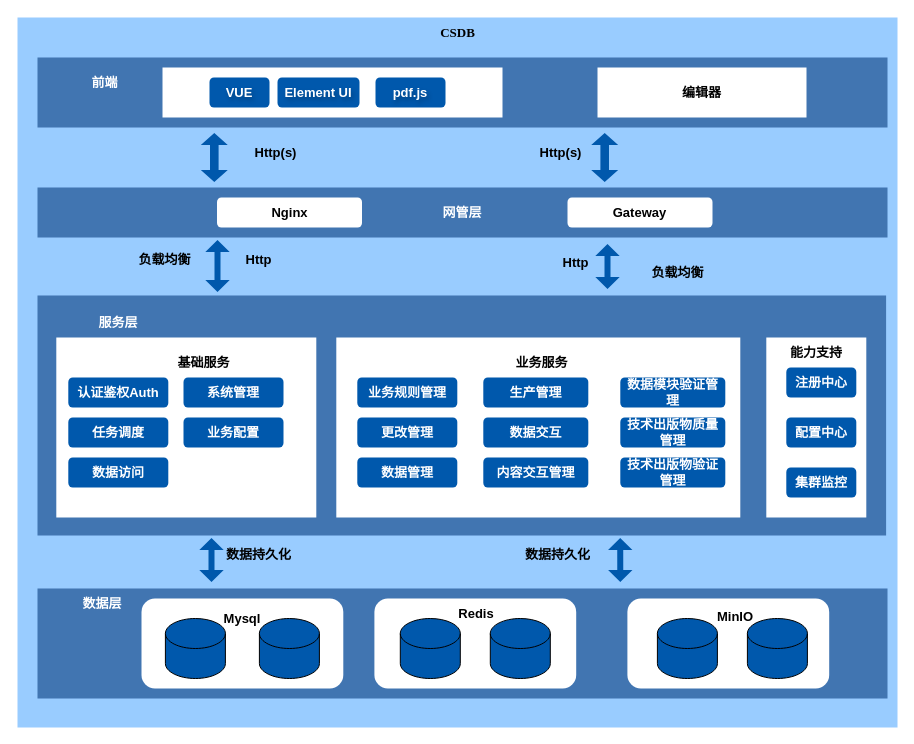
Above: csdb/csdb 技术架构图.drawio in DemonHan/KuickBuy (draw.io), before the change. Source tidied: cells renumbered, new cells numbered last; positions are measured from the earlier drawing's top-left corner, leaving out a move shared by most shapes. Both pictures are drawn from the tidied source at 100%, with x=0, y=0 at pixel (17, 17).
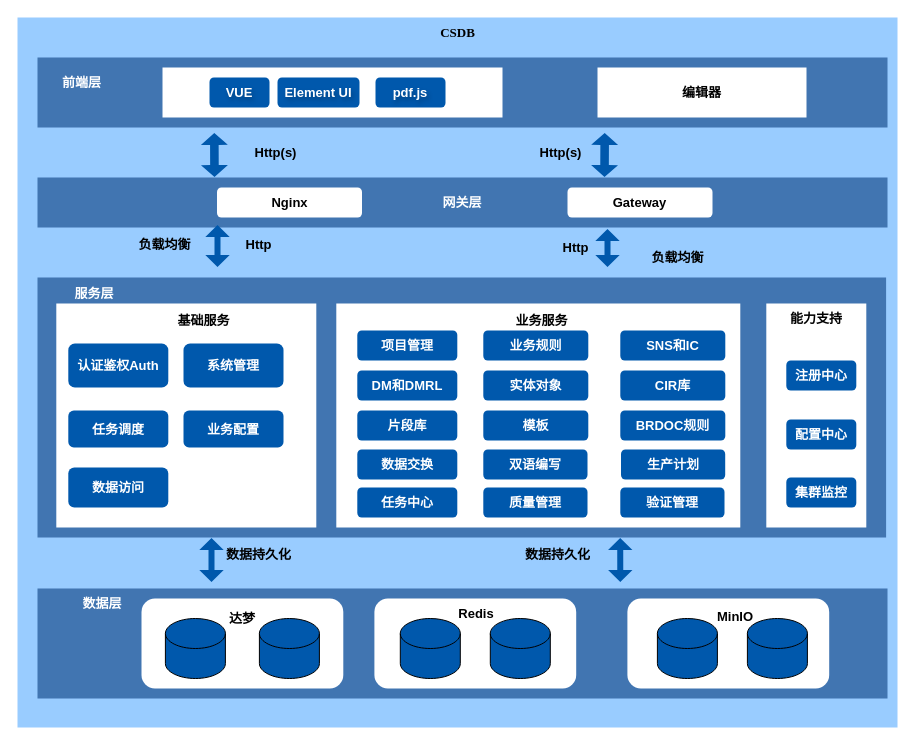
The same page after the edit.

Commit message:
更新csdb 技术架构图.drawio

Change to the diagram source:
```diff
@@
     <mxCell id="3" style="rounded=0;whiteSpace=wrap;html=1;fillColor=#4175B1;strokeColor=none;" parent="1" vertex="1">
-      <mxGeometry x="20" y="278" width="848.6" height="240" as="geometry" />
+      <mxGeometry x="20" y="260" width="848.6" height="260" as="geometry" />
     </mxCell>
@@
     <mxCell id="6" style="rounded=0;whiteSpace=wrap;html=1;fontStyle=1;fontSize=13;fillColor=#FFFFFF;strokeColor=none;" parent="1" vertex="1">
-      <mxGeometry x="38.8" y="320" width="260" height="180" as="geometry" />
+      <mxGeometry x="38.8" y="286" width="260" height="224" as="geometry" />
     </mxCell>
     <mxCell id="7" style="rounded=0;whiteSpace=wrap;html=1;fontStyle=1;fontSize=13;fillColor=#FFFFFF;strokeColor=none;" parent="1" vertex="1">
-      <mxGeometry x="748.8" y="320" width="100" height="180" as="geometry" />
+      <mxGeometry x="748.8" y="286" width="100" height="224" as="geometry" />
     </mxCell>
     <mxCell id="8" value="注册中心" style="rounded=1;whiteSpace=wrap;html=1;fontStyle=1;fontSize=13;strokeColor=none;fillColor=#0058AC;fontColor=#FFFFFF;" parent="1" vertex="1">
-      <mxGeometry x="768.8" y="350" width="70" height="30" as="geometry" />
+      <mxGeometry x="768.8" y="343" width="70" height="30" as="geometry" />
     </mxCell>
     <mxCell id="9" value="配置中心" style="rounded=1;whiteSpace=wrap;html=1;fontStyle=1;fontSize=13;strokeColor=none;fillColor=#0058AC;fontColor=#FFFFFF;" parent="1" vertex="1">
-      <mxGeometry x="768.8" y="400" width="70" height="30" as="geometry" />
+      <mxGeometry x="768.8" y="402" width="70" height="30" as="geometry" />
     </mxCell>
     <mxCell id="10" value="集群监控" style="rounded=1;whiteSpace=wrap;html=1;fontStyle=1;fontSize=13;strokeColor=none;fillColor=#0058AC;fontColor=#FFFFFF;" parent="1" vertex="1">
-      <mxGeometry x="768.8" y="450" width="70" height="30" as="geometry" />
+      <mxGeometry x="768.8" y="460" width="70" height="30" as="geometry" />
     </mxCell>
@@
     <mxCell id="14" value="基础服务" style="text;html=1;align=center;verticalAlign=middle;strokeColor=none;fillColor=none;fontStyle=1;fontSize=13;" parent="1" vertex="1">
-      <mxGeometry x="145.8" y="330" width="80" height="30" as="geometry" />
+      <mxGeometry x="145.8" y="288" width="80" height="30" as="geometry" />
     </mxCell>
     <mxCell id="15" value="认证鉴权Auth" style="rounded=1;whiteSpace=wrap;html=1;fontStyle=1;fontSize=13;strokeColor=none;fillColor=#0058AC;fontColor=#FFFFFF;" parent="1" vertex="1">
-      <mxGeometry x="50.8" y="360" width="100" height="30" as="geometry" />
+      <mxGeometry x="50.8" y="326" width="100" height="44" as="geometry" />
     </mxCell>
     <mxCell id="16" value="任务调度" style="rounded=1;whiteSpace=wrap;html=1;fontStyle=1;fontSize=13;strokeColor=none;fillColor=#0058AC;fontColor=#FFFFFF;" parent="1" vertex="1">
-      <mxGeometry x="50.8" y="400" width="100" height="30" as="geometry" />
+      <mxGeometry x="50.8" y="393" width="100" height="37" as="geometry" />
     </mxCell>
     <mxCell id="17" value="数据访问" style="rounded=1;whiteSpace=wrap;html=1;fontStyle=1;fontSize=13;strokeColor=none;fillColor=#0058AC;fontColor=#FFFFFF;" parent="1" vertex="1">
-      <mxGeometry x="50.8" y="440" width="100" height="30" as="geometry" />
+      <mxGeometry x="50.8" y="450" width="100" height="40" as="geometry" />
     </mxCell>
     <mxCell id="18" style="rounded=0;whiteSpace=wrap;html=1;fontStyle=1;fontSize=13;fillColor=#FFFFFF;strokeColor=none;" parent="1" vertex="1">
-      <mxGeometry x="318.8" y="320" width="404" height="180" as="geometry" />
+      <mxGeometry x="318.8" y="286" width="404" height="224" as="geometry" />
     </mxCell>
     <mxCell id="19" value="业务服务" style="text;html=1;align=center;verticalAlign=middle;strokeColor=none;fillColor=none;fontStyle=1;fontSize=13;" parent="1" vertex="1">
-      <mxGeometry x="483.8" y="330" width="80" height="30" as="geometry" />
+      <mxGeometry x="483.8" y="288" width="80" height="30" as="geometry" />
     </mxCell>
-    <mxCell id="20" value="业务规则管理" style="rounded=1;whiteSpace=wrap;html=1;fontStyle=1;fontSize=13;strokeColor=none;fillColor=#0058AC;fontColor=#FFFFFF;" parent="1" vertex="1">
-      <mxGeometry x="339.8" y="360" width="100" height="30" as="geometry" />
+    <mxCell id="20" value="项目管理" style="rounded=1;whiteSpace=wrap;html=1;fontStyle=1;fontSize=13;strokeColor=none;fillColor=#0058AC;fontColor=#FFFFFF;" parent="1" vertex="1">
+      <mxGeometry x="339.8" y="313" width="100" height="30" as="geometry" />
     </mxCell>
-    <mxCell id="21" value="更改管理" style="rounded=1;whiteSpace=wrap;html=1;fontStyle=1;fontSize=13;strokeColor=none;fillColor=#0058AC;fontColor=#FFFFFF;" parent="1" vertex="1">
-      <mxGeometry x="339.8" y="400" width="100" height="30" as="geometry" />
+    <mxCell id="21" value="DM和DMRL" style="rounded=1;whiteSpace=wrap;html=1;fontStyle=1;fontSize=13;strokeColor=none;fillColor=#0058AC;fontColor=#FFFFFF;" parent="1" vertex="1">
+      <mxGeometry x="339.8" y="353" width="100" height="30" as="geometry" />
     </mxCell>
-    <mxCell id="22" value="数据管理" style="rounded=1;whiteSpace=wrap;html=1;fontStyle=1;fontSize=13;strokeColor=none;fillColor=#0058AC;fontColor=#FFFFFF;" parent="1" vertex="1">
-      <mxGeometry x="339.8" y="440" width="100" height="30" as="geometry" />
+    <mxCell id="22" value="片段库" style="rounded=1;whiteSpace=wrap;html=1;fontStyle=1;fontSize=13;strokeColor=none;fillColor=#0058AC;fontColor=#FFFFFF;" parent="1" vertex="1">
+      <mxGeometry x="339.8" y="393" width="100" height="30" as="geometry" />
     </mxCell>
-    <mxCell id="23" value="生产管理" style="rounded=1;whiteSpace=wrap;html=1;fontStyle=1;fontSize=13;strokeColor=none;fillColor=#0058AC;fontColor=#FFFFFF;" parent="1" vertex="1">
-      <mxGeometry x="465.8" y="360" width="105" height="30" as="geometry" />
+    <mxCell id="23" value="业务规则" style="rounded=1;whiteSpace=wrap;html=1;fontStyle=1;fontSize=13;strokeColor=none;fillColor=#0058AC;fontColor=#FFFFFF;" parent="1" vertex="1">
+      <mxGeometry x="465.8" y="313" width="105" height="30" as="geometry" />
     </mxCell>
-    <mxCell id="24" value="数据交互" style="rounded=1;whiteSpace=wrap;html=1;fontStyle=1;fontSize=13;strokeColor=none;fillColor=#0058AC;fontColor=#FFFFFF;" parent="1" vertex="1">
-      <mxGeometry x="465.8" y="400" width="105" height="30" as="geometry" />
+    <mxCell id="24" value="实体对象" style="rounded=1;whiteSpace=wrap;html=1;fontStyle=1;fontSize=13;strokeColor=none;fillColor=#0058AC;fontColor=#FFFFFF;" parent="1" vertex="1">
+      <mxGeometry x="465.8" y="353" width="105" height="30" as="geometry" />
     </mxCell>
-    <mxCell id="25" value="内容交互管理" style="rounded=1;whiteSpace=wrap;html=1;fontStyle=1;fontSize=13;strokeColor=none;fillColor=#0058AC;fontColor=#FFFFFF;" parent="1" vertex="1">
-      <mxGeometry x="465.8" y="440" width="105" height="30" as="geometry" />
+    <mxCell id="25" value="模板" style="rounded=1;whiteSpace=wrap;html=1;fontStyle=1;fontSize=13;strokeColor=none;fillColor=#0058AC;fontColor=#FFFFFF;" parent="1" vertex="1">
+      <mxGeometry x="465.8" y="393" width="105" height="30" as="geometry" />
     </mxCell>
     <mxCell id="26" value="系统管理" style="rounded=1;whiteSpace=wrap;html=1;fontStyle=1;fontSize=13;strokeColor=none;fillColor=#0058AC;fontColor=#FFFFFF;" parent="1" vertex="1">
-      <mxGeometry x="166" y="360" width="100" height="30" as="geometry" />
+      <mxGeometry x="166" y="326" width="100" height="44" as="geometry" />
     </mxCell>
     <mxCell id="27" value="业务配置" style="rounded=1;whiteSpace=wrap;html=1;fontStyle=1;fontSize=13;strokeColor=none;fillColor=#0058AC;fontColor=#FFFFFF;" parent="1" vertex="1">
-      <mxGeometry x="166" y="400" width="100" height="30" as="geometry" />
+      <mxGeometry x="166" y="393" width="100" height="37" as="geometry" />
     </mxCell>
-    <mxCell id="28" value="数据模块验证管理" style="rounded=1;whiteSpace=wrap;html=1;fontStyle=1;fontSize=13;strokeColor=none;fillColor=#0058AC;fontColor=#FFFFFF;" parent="1" vertex="1">
-      <mxGeometry x="602.8" y="360" width="105" height="30" as="geometry" />
+    <mxCell id="28" value="SNS和IC" style="rounded=1;whiteSpace=wrap;html=1;fontStyle=1;fontSize=13;strokeColor=none;fillColor=#0058AC;fontColor=#FFFFFF;" parent="1" vertex="1">
+      <mxGeometry x="602.8" y="313" width="105" height="30" as="geometry" />
     </mxCell>
-    <mxCell id="29" value="技术出版物质量管理" style="rounded=1;whiteSpace=wrap;html=1;fontStyle=1;fontSize=13;strokeColor=none;fillColor=#0058AC;fontColor=#FFFFFF;" parent="1" vertex="1">
-      <mxGeometry x="602.8" y="400" width="105" height="30" as="geometry" />
+    <mxCell id="29" value="CIR库" style="rounded=1;whiteSpace=wrap;html=1;fontStyle=1;fontSize=13;strokeColor=none;fillColor=#0058AC;fontColor=#FFFFFF;" parent="1" vertex="1">
+      <mxGeometry x="602.8" y="353" width="105" height="30" as="geometry" />
     </mxCell>
-    <mxCell id="30" value="技术出版物验证管理" style="rounded=1;whiteSpace=wrap;html=1;fontStyle=1;fontSize=13;strokeColor=none;fillColor=#0058AC;fontColor=#FFFFFF;" parent="1" vertex="1">
-      <mxGeometry x="602.8" y="440" width="105" height="30" as="geometry" />
+    <mxCell id="30" value="BRDOC规则" style="rounded=1;whiteSpace=wrap;html=1;fontStyle=1;fontSize=13;strokeColor=none;fillColor=#0058AC;fontColor=#FFFFFF;" parent="1" vertex="1">
+      <mxGeometry x="602.8" y="393" width="105" height="30" as="geometry" />
     </mxCell>
     <mxCell id="31" value="能力支持" style="text;html=1;align=center;verticalAlign=middle;whiteSpace=wrap;rounded=0;fontStyle=1;fontSize=13;strokeColor=none;" parent="1" vertex="1">
-      <mxGeometry x="768.8" y="320" width="60" height="30" as="geometry" />
+      <mxGeometry x="768.8" y="286" width="60" height="30" as="geometry" />
     </mxCell>
-    <mxCell id="32" value="&lt;font color=&quot;#ffffff&quot;&gt;网管层&lt;/font&gt;" style="rounded=0;whiteSpace=wrap;html=1;fontStyle=1;fontSize=13;fillColor=#4175B1;strokeColor=none;" parent="1" vertex="1">
-      <mxGeometry x="20" y="170" width="850" height="50" as="geometry" />
+    <mxCell id="32" value="&lt;font color=&quot;#ffffff&quot;&gt;网关层&lt;/font&gt;" style="rounded=0;whiteSpace=wrap;html=1;fontStyle=1;fontSize=13;fillColor=#4175B1;strokeColor=none;" parent="1" vertex="1">
+      <mxGeometry x="20" y="160" width="850" height="50" as="geometry" />
     </mxCell>
@@
-    <mxCell id="34" value="前端" style="text;html=1;align=center;verticalAlign=middle;strokeColor=none;fillColor=none;fontColor=#FFFFFF;fontStyle=1;fontSize=13;" parent="1" vertex="1">
-      <mxGeometry x="62.2" y="50" width="50" height="30" as="geometry" />
+    <mxCell id="34" value="前端层" style="text;html=1;align=center;verticalAlign=middle;strokeColor=none;fillColor=none;fontColor=#FFFFFF;fontStyle=1;fontSize=13;" parent="1" vertex="1">
+      <mxGeometry x="33.8" y="50" width="60" height="30" as="geometry" />
     </mxCell>
@@
     <mxCell id="41" style="shape=flexArrow;endArrow=classic;startArrow=classic;html=1;rounded=0;width=8.571428571428571;startSize=3.64;endSize=3.64;endWidth=17.387755102040817;startWidth=17.387755102040817;fontStyle=1;fontSize=13;strokeColor=none;fillColor=#0058AC;" parent="1" edge="1">
       <mxGeometry relative="1" as="geometry">
-        <mxPoint x="196.8" y="165" as="sourcePoint" />
+        <mxPoint x="197" y="160" as="sourcePoint" />
         <mxPoint x="196.8" y="115" as="targetPoint" />
       </mxGeometry>
     </mxCell>
     <mxCell id="42" style="shape=flexArrow;endArrow=classic;startArrow=classic;html=1;rounded=0;width=8.571428571428571;startSize=3.64;endSize=3.64;endWidth=17.387755102040817;startWidth=17.387755102040817;fontStyle=1;fontSize=13;strokeColor=none;fillColor=#0058AC;" parent="1" edge="1">
       <mxGeometry relative="1" as="geometry">
-        <mxPoint x="587.2" y="165" as="sourcePoint" />
+        <mxPoint x="587" y="160" as="sourcePoint" />
         <mxPoint x="587.2" y="115" as="targetPoint" />
       </mxGeometry>
     </mxCell>
@@
     <mxCell id="45" style="shape=flexArrow;endArrow=classic;startArrow=classic;html=1;rounded=0;width=6;startSize=3.64;endSize=3.64;endWidth=17.387755102040817;startWidth=17.387755102040817;entryX=0.197;entryY=0.995;entryDx=0;entryDy=0;entryPerimeter=0;fontStyle=1;fontSize=13;strokeColor=none;fillColor=#0058AC;" parent="1" edge="1">
       <mxGeometry relative="1" as="geometry">
-        <mxPoint x="200" y="275" as="sourcePoint" />
-        <mxPoint x="200" y="222" as="targetPoint" />
+        <mxPoint x="200" y="250" as="sourcePoint" />
+        <mxPoint x="200" y="207" as="targetPoint" />
       </mxGeometry>
     </mxCell>
-    <mxCell id="46" style="shape=flexArrow;endArrow=classic;startArrow=classic;html=1;rounded=0;width=6;startSize=3.64;endSize=3.64;endWidth=17.387755102040817;startWidth=17.387755102040817;exitX=0.578;exitY=-0.011;exitDx=0;exitDy=0;exitPerimeter=0;entryX=0.217;entryY=1.055;entryDx=0;entryDy=0;entryPerimeter=0;fontStyle=1;fontSize=13;strokeColor=none;fillColor=#0058AC;" parent="1" edge="1">
+    <mxCell id="46" style="shape=flexArrow;endArrow=classic;startArrow=classic;html=1;rounded=0;width=6;startSize=3.64;endSize=3.64;endWidth=17.387755102040817;startWidth=17.387755102040817;entryX=0.217;entryY=1.055;entryDx=0;entryDy=0;entryPerimeter=0;fontStyle=1;fontSize=13;strokeColor=none;fillColor=#0058AC;" parent="1" edge="1">
       <mxGeometry relative="1" as="geometry">
-        <mxPoint x="590" y="272" as="sourcePoint" />
-        <mxPoint x="590" y="226" as="targetPoint" />
+        <mxPoint x="590" y="250" as="sourcePoint" />
+        <mxPoint x="590" y="211" as="targetPoint" />
       </mxGeometry>
     </mxCell>
     <mxCell id="47" value="Http" style="text;html=1;align=center;verticalAlign=middle;strokeColor=none;fillColor=none;fontStyle=1;fontSize=13;" parent="1" vertex="1">
-      <mxGeometry x="216" y="227" width="50" height="30" as="geometry" />
+      <mxGeometry x="216" y="212" width="50" height="30" as="geometry" />
     </mxCell>
     <mxCell id="48" value="Http" style="text;html=1;align=center;verticalAlign=middle;strokeColor=none;fillColor=none;fontStyle=1;fontSize=13;" parent="1" vertex="1">
-      <mxGeometry x="532.8" y="230" width="50" height="30" as="geometry" />
+      <mxGeometry x="532.8" y="215" width="50" height="30" as="geometry" />
     </mxCell>
     <mxCell id="49" value="负载均衡" style="text;html=1;align=center;verticalAlign=middle;strokeColor=none;fillColor=none;fontStyle=1;fontSize=13;" parent="1" vertex="1">
-      <mxGeometry x="107.2" y="227" width="80" height="30" as="geometry" />
+      <mxGeometry x="107.2" y="212" width="80" height="30" as="geometry" />
     </mxCell>
@@
     <mxCell id="51" value="负载均衡" style="text;html=1;align=center;verticalAlign=middle;strokeColor=none;fillColor=none;fontStyle=1;fontSize=13;" parent="1" vertex="1">
-      <mxGeometry x="620" y="240" width="80" height="30" as="geometry" />
+      <mxGeometry x="620" y="225" width="80" height="30" as="geometry" />
     </mxCell>
@@
-    <mxCell id="53" value="Mysql" style="text;html=1;align=center;verticalAlign=middle;whiteSpace=wrap;rounded=0;fontStyle=1;fontSize=13;strokeColor=none;fontColor=#000000;" parent="1" vertex="1">
+    <mxCell id="53" value="达梦" style="text;html=1;align=center;verticalAlign=middle;whiteSpace=wrap;rounded=0;fontStyle=1;fontSize=13;strokeColor=none;fontColor=#000000;" parent="1" vertex="1">
       <mxGeometry x="194.9" y="586" width="60" height="30" as="geometry" />
     </mxCell>
@@
     <mxCell id="65" value="Nginx" style="rounded=1;whiteSpace=wrap;html=1;fontStyle=1;fontSize=13;strokeColor=none;" parent="1" vertex="1">
-      <mxGeometry x="199.5" y="180" width="145" height="30" as="geometry" />
+      <mxGeometry x="199.5" y="170" width="145" height="30" as="geometry" />
     </mxCell>
     <mxCell id="66" value="Gateway" style="rounded=1;whiteSpace=wrap;html=1;fontStyle=1;fontSize=13;strokeColor=none;" parent="1" vertex="1">
-      <mxGeometry x="550" y="180" width="145" height="30" as="geometry" />
+      <mxGeometry x="550" y="170" width="145" height="30" as="geometry" />
     </mxCell>
     <mxCell id="67" value="服务层" style="text;html=1;align=center;verticalAlign=middle;whiteSpace=wrap;rounded=0;fontStyle=1;fontSize=13;strokeColor=none;fontColor=#FFFFFF;" parent="1" vertex="1">
-      <mxGeometry x="70.8" y="290" width="60" height="30" as="geometry" />
+      <mxGeometry x="47.2" y="261" width="60" height="30" as="geometry" />
     </mxCell>
+    <mxCell id="68" style="edgeStyle=orthogonalEdgeStyle;rounded=0;orthogonalLoop=1;jettySize=auto;html=1;exitX=0.5;exitY=1;exitDx=0;exitDy=0;" parent="1" edge="1" source="21" target="21">
+      <mxGeometry relative="1" as="geometry" />
+    </mxCell>
+    <mxCell id="69" value="数据交换" style="rounded=1;whiteSpace=wrap;html=1;fontStyle=1;fontSize=13;strokeColor=none;fillColor=#0058AC;fontColor=#FFFFFF;" parent="1" vertex="1">
+      <mxGeometry x="339.8" y="432" width="100" height="30" as="geometry" />
+    </mxCell>
+    <mxCell id="70" value="双语编写" style="rounded=1;whiteSpace=wrap;html=1;fontStyle=1;fontSize=13;strokeColor=none;fillColor=#0058AC;fontColor=#FFFFFF;" parent="1" vertex="1">
+      <mxGeometry x="465.8" y="432" width="104.2" height="30" as="geometry" />
+    </mxCell>
+    <mxCell id="71" value="生产计划" style="rounded=1;whiteSpace=wrap;html=1;fontStyle=1;fontSize=13;strokeColor=none;fillColor=#0058AC;fontColor=#FFFFFF;" parent="1" vertex="1">
+      <mxGeometry x="603.5" y="432" width="104.2" height="30" as="geometry" />
+    </mxCell>
+    <mxCell id="72" value="任务中心" style="rounded=1;whiteSpace=wrap;html=1;fontStyle=1;fontSize=13;strokeColor=none;fillColor=#0058AC;fontColor=#FFFFFF;" parent="1" vertex="1">
+      <mxGeometry x="339.8" y="470" width="100" height="30" as="geometry" />
+    </mxCell>
+    <mxCell id="73" value="质量管理" style="rounded=1;whiteSpace=wrap;html=1;fontStyle=1;fontSize=13;strokeColor=none;fillColor=#0058AC;fontColor=#FFFFFF;" parent="1" vertex="1">
+      <mxGeometry x="465.8" y="470" width="104.2" height="30" as="geometry" />
+    </mxCell>
+    <mxCell id="74" value="验证管理" style="rounded=1;whiteSpace=wrap;html=1;fontStyle=1;fontSize=13;strokeColor=none;fillColor=#0058AC;fontColor=#FFFFFF;" parent="1" vertex="1">
+      <mxGeometry x="602.8" y="470" width="104.2" height="30" as="geometry" />
+    </mxCell>
```
